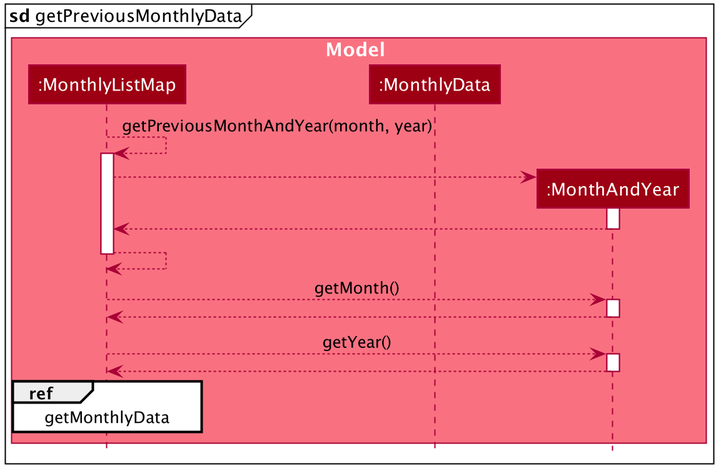
Above: docs/images/MeetingStatsSequenceDiagram4.png in sebastiantoh/tp (PlantUML), before the change.
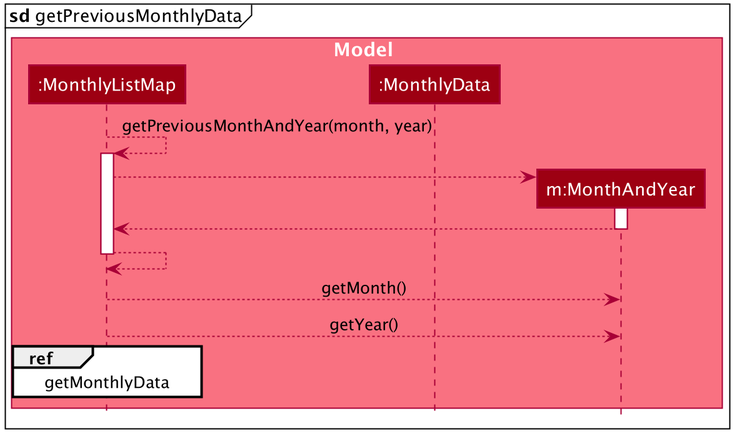
Above is the later version.

The edit, as a diff of the source:
```diff
@@ -53,7 +53,7 @@
 box Model #F97181
 participant ":MonthlyListMap" as MonthlyListMap #9D0012
 participant ":MonthlyData" as MonthlyData #9D0012
-participant ":MonthAndYear" as MonthAndYear #9D0012
+participant "m:MonthAndYear" as MonthAndYear #9D0012
 end box
 
 
@@ -73,14 +73,8 @@
 deactivate MonthlyListMap
 
 MonthlyListMap --> MonthAndYear: getMonth()
-activate MonthAndYear
-MonthAndYear --> MonthlyListMap
-deactivate MonthAndYear
 
 MonthlyListMap --> MonthAndYear: getYear()
-activate MonthAndYear
-MonthAndYear --> MonthlyListMap
-deactivate MonthAndYear
 
 ref over MonthlyListMap: getMonthlyData
 
```
